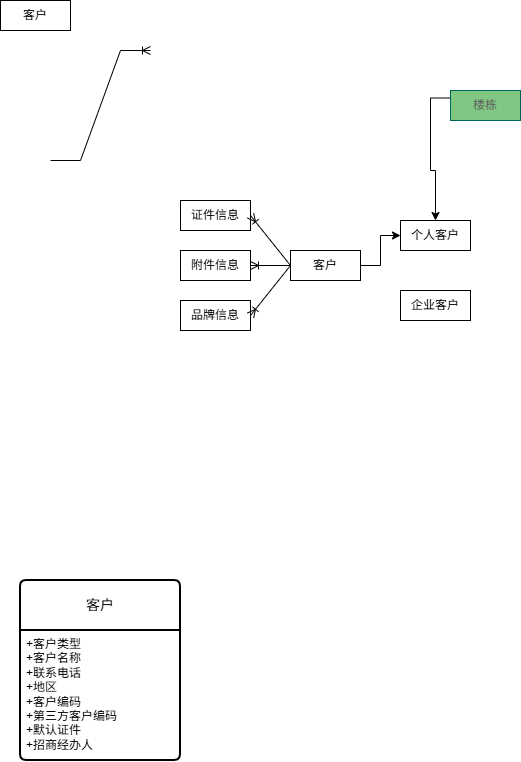
The draw.io diagram 云模方/v1.8客户关系.drawio.png in qilaohan/iodraw-files, before a commit. Source tidied: cells renumbered, new cells last; positions are measured from the earlier drawing's top-left corner, leaving out a move shared by most shapes.
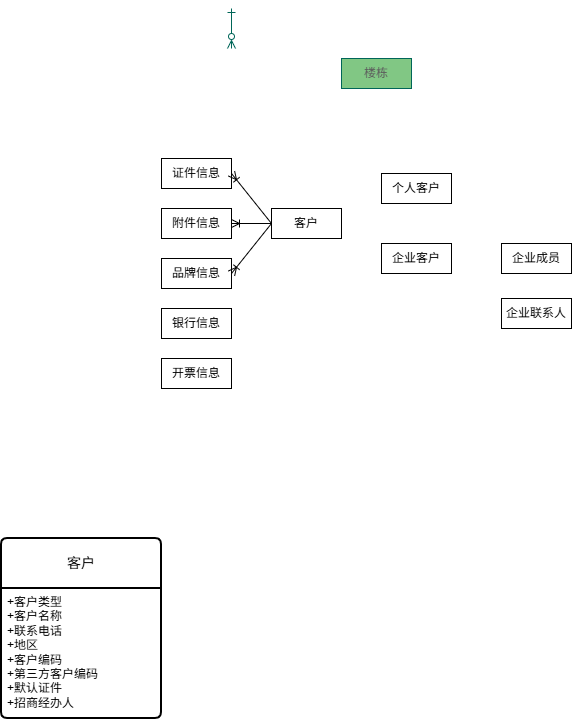
The same file after the commit.

Commit message:
更新v1.8客户关系.drawio.png

Diff of the diagram source:
```diff
@@ -2,20 +2,14 @@
   <root>
     <mxCell id="0" />
     <mxCell id="1" parent="0" />
-    <mxCell id="2" value="客户" style="whiteSpace=wrap;html=1;align=center;" parent="1" vertex="1">
-      <mxGeometry width="70" height="30" as="geometry" />
-    </mxCell>
-    <mxCell id="3" style="edgeStyle=orthogonalEdgeStyle;rounded=0;jettySize=auto;html=1;exitX=1;exitY=0.5;exitDx=0;exitDy=0;entryX=0;entryY=0.5;entryDx=0;entryDy=0;shadow=0;" parent="1" edge="1" source="4" target="5">
-      <mxGeometry relative="1" as="geometry" />
-    </mxCell>
     <mxCell id="4" value="客户" style="whiteSpace=wrap;html=1;align=center;" parent="1" vertex="1">
       <mxGeometry x="290" y="250" width="70" height="30" as="geometry" />
     </mxCell>
     <mxCell id="5" value="个人客户" style="whiteSpace=wrap;html=1;align=center;" parent="1" vertex="1">
-      <mxGeometry x="400" y="220" width="70" height="30" as="geometry" />
+      <mxGeometry x="400" y="215" width="70" height="30" as="geometry" />
     </mxCell>
     <mxCell id="6" value="企业客户" style="whiteSpace=wrap;html=1;align=center;" parent="1" vertex="1">
-      <mxGeometry x="400" y="290" width="70" height="30" as="geometry" />
+      <mxGeometry x="400" y="285" width="70" height="30" as="geometry" />
     </mxCell>
     <mxCell id="7" value="品牌信息" style="whiteSpace=wrap;html=1;align=center;" parent="1" vertex="1">
       <mxGeometry x="180" y="300" width="70" height="30" as="geometry" />
@@ -35,23 +29,32 @@
     <mxCell id="12" style="fontSize=12;html=1;endArrow=ERoneToMany;rounded=0;entryX=1;entryY=0.5;entryDx=0;entryDy=0;exitX=0;exitY=0.5;exitDx=0;exitDy=0;" parent="1" edge="1" source="4" target="8">
       <mxGeometry relative="1" as="geometry" />
     </mxCell>
-    <mxCell id="13" style="edgeStyle=entityRelationEdgeStyle;fontSize=12;html=1;endArrow=ERoneToMany;rounded=0;" parent="1" edge="1">
-      <mxGeometry relative="1" as="geometry">
-        <mxPoint x="50" y="160" as="sourcePoint" />
-        <mxPoint x="150" y="50" as="targetPoint" />
-      </mxGeometry>
-    </mxCell>
     <mxCell id="14" style="fontSize=12;html=1;endArrow=ERoneToMany;rounded=0;entryX=1;entryY=0.5;entryDx=0;entryDy=0;exitX=0;exitY=0.5;exitDx=0;exitDy=0;" parent="1" edge="1" source="4" target="9">
       <mxGeometry relative="1" as="geometry" />
     </mxCell>
     <mxCell id="15" style="fontSize=12;html=1;endArrow=ERoneToMany;rounded=0;entryX=1;entryY=0.5;entryDx=0;entryDy=0;exitX=0;exitY=0.5;exitDx=0;exitDy=0;" parent="1" edge="1" source="4" target="7">
       <mxGeometry relative="1" as="geometry" />
     </mxCell>
-    <mxCell id="16" style="edgeStyle=orthogonalEdgeStyle;rounded=0;jettySize=auto;html=1;exitX=0;exitY=0.25;exitDx=0;exitDy=0;entryX=0.5;entryY=0;entryDx=0;entryDy=0;" parent="1" edge="1" source="17" target="5">
-      <mxGeometry relative="1" as="geometry" />
-    </mxCell>
     <mxCell id="17" value="楼栋" style="rounded=0;whiteSpace=wrap;html=1;fillColor=#81C784;strokeColor=#006658;fontFamily=Helvetica;labelBackgroundColor=none;fontColor=#5C5C5C;" parent="1" vertex="1">
-      <mxGeometry x="450" y="90" width="70" height="30" as="geometry" />
+      <mxGeometry x="360" y="100" width="70" height="30" as="geometry" />
     </mxCell>
+    <mxCell id="18" style="edgeStyle=orthogonalEdgeStyle;rounded=0;orthogonalLoop=1;jettySize=auto;html=1;exitX=0.5;exitY=1;exitDx=0;exitDy=0;entryX=0.5;entryY=0;entryDx=0;entryDy=0;endArrow=ERzeroToMany;endFill=0;startArrow=ERone;startFill=0;strokeColor=#006658;" parent="1" edge="1">
+      <mxGeometry relative="1" as="geometry">
+        <mxPoint x="250" y="50" as="sourcePoint" />
+        <mxPoint x="250" y="90" as="targetPoint" />
+      </mxGeometry>
+    </mxCell>
+    <mxCell id="19" value="企业成员" style="whiteSpace=wrap;html=1;align=center;" parent="1" vertex="1">
+      <mxGeometry x="520" y="285" width="70" height="30" as="geometry" />
+    </mxCell>
+    <mxCell id="20" value="银行信息" style="whiteSpace=wrap;html=1;align=center;" parent="1" vertex="1">
+      <mxGeometry x="180" y="350" width="70" height="30" as="geometry" />
+    </mxCell>
+    <mxCell id="21" value="开票信息" style="whiteSpace=wrap;html=1;align=center;" parent="1" vertex="1">
+      <mxGeometry x="180" y="400" width="70" height="30" as="geometry" />
+    </mxCell>
+    <mxCell id="22" value="企业联系人" style="whiteSpace=wrap;html=1;align=center;" parent="1" vertex="1">
+      <mxGeometry x="520" y="340" width="70" height="30" as="geometry" />
+    </mxCell>
   </root>
 </mxGraphModel>
```
